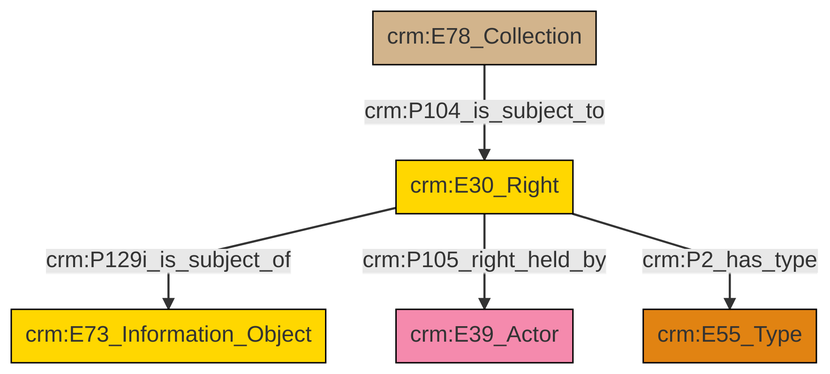
Above: et/archivalCSV/ttl/mmd/png/archival_rights.png in swiss-art-research-net/docs.swissartresearch (Mermaid), before the change. Its source is kept beside it as et/archivalCSV/ttl/mmd/archival_rights.ttl.mmd.
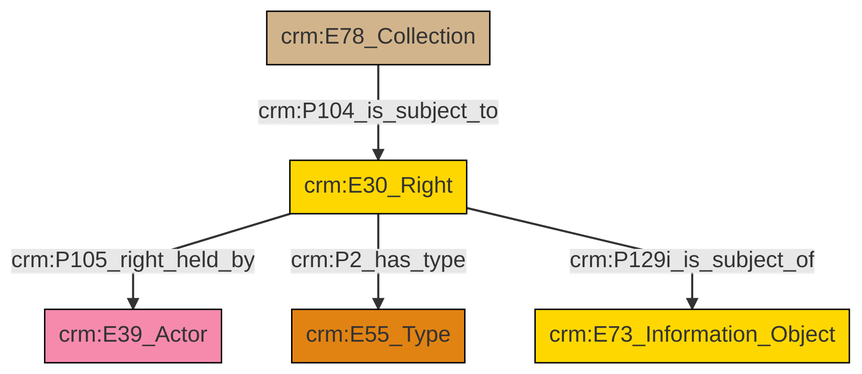
Above is the later version.

Diff of the diagram source:
```diff
@@ -13,7 +13,7 @@
 classDef PC_Classes fill:#4ce600, stroke:#000000;
 classDef Multi fill:#cccccc,stroke:#000000;
 
-2["crm:E30_Right"]:::Conceptual_Object -->|crm:P129i_is_subject_of| 3["crm:E73_Information_Object"]:::Conceptual_Object
-2["crm:E30_Right"]:::Conceptual_Object -->|crm:P105_right_held_by| 5["crm:E39_Actor"]:::Actor
-2["crm:E30_Right"]:::Conceptual_Object -->|crm:P2_has_type| 7["crm:E55_Type"]:::Type
+2["crm:E30_Right"]:::Conceptual_Object -->|crm:P105_right_held_by| 3["crm:E39_Actor"]:::Actor
+2["crm:E30_Right"]:::Conceptual_Object -->|crm:P2_has_type| 5["crm:E55_Type"]:::Type
+2["crm:E30_Right"]:::Conceptual_Object -->|crm:P129i_is_subject_of| 7["crm:E73_Information_Object"]:::Conceptual_Object
 0["crm:E78_Collection"]:::Physical_Thing -->|crm:P104_is_subject_to| 2["crm:E30_Right"]:::Conceptual_Object
```
